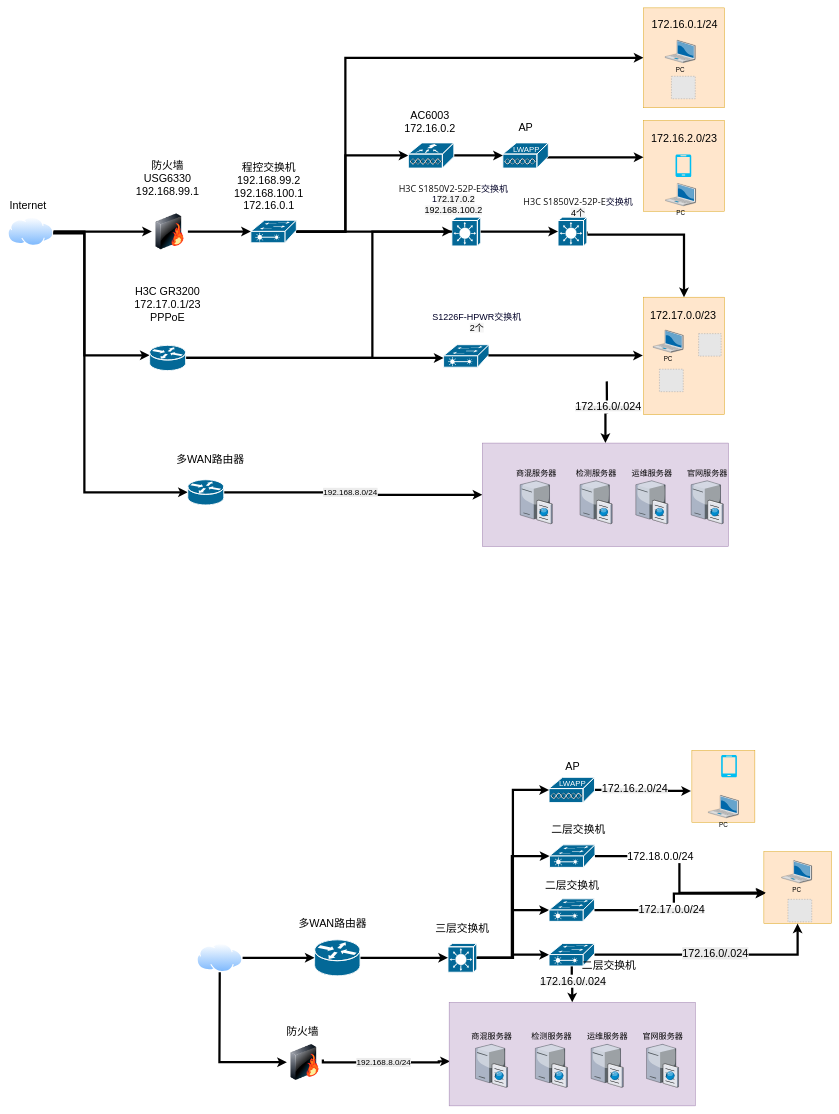
NewStart2019/cardiac-segmentation keeps this draw.io diagram as 未命名绘图.drawio. Above is the earlier version. Source tidied: cells renumbered, new cells numbered last; positions are measured from the earlier drawing's top-left corner, leaving out a move shared by most shapes. Both pictures are drawn from the tidied source at 45%, with x=0, y=0 at pixel (8, 8). Pictures stored in the file or linked from it are replaced by grey dashed boxes.
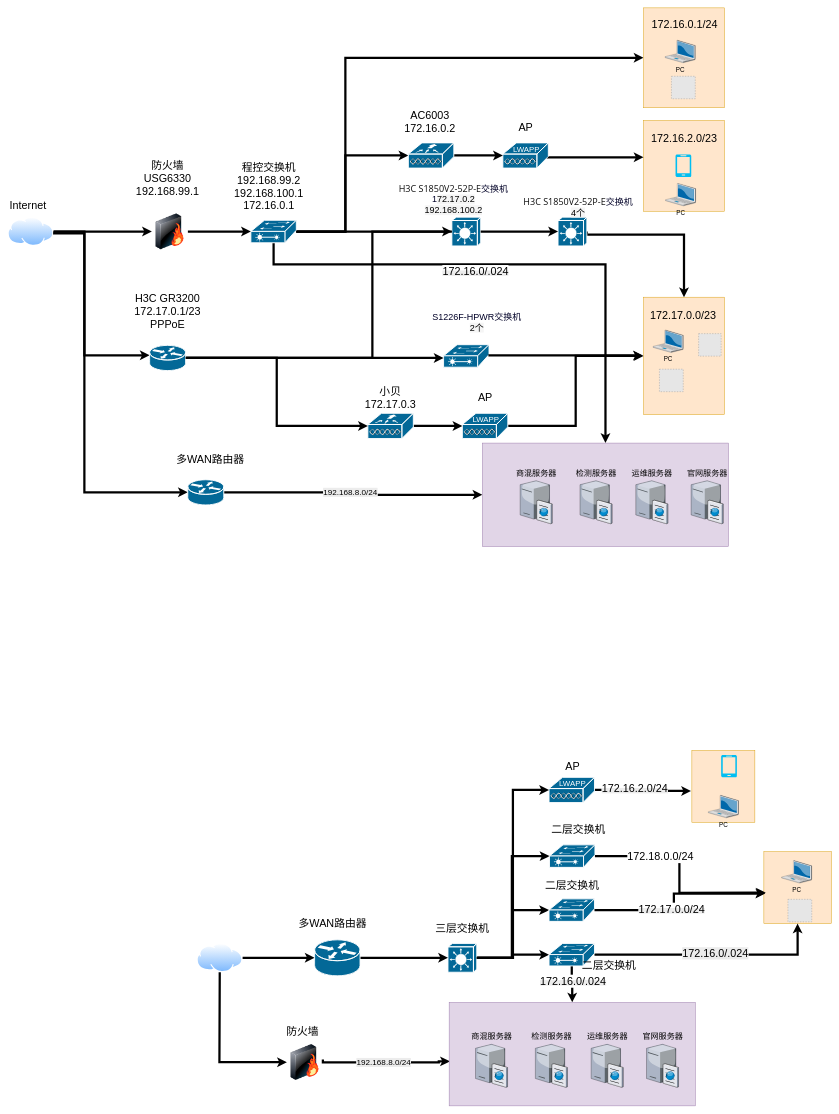
The same page after the edit.

Commit message:
未命名绘图.drawio

The change refers to these unchanged cells:
```xml
<mxCell id="8" style="whiteSpace=wrap;html=1;fillColor=#ffe6cc;strokeColor=#d79b00;" parent="1" vertex="1">
  <mxGeometry x="1412.5" y="642.9" width="180" height="261.2" as="geometry" />
</mxCell>
<mxCell id="23" style="whiteSpace=wrap;html=1;fillColor=#e1d5e7;strokeColor=#9673a6;" parent="1" vertex="1">
  <mxGeometry x="1054.4" y="967.1" width="547" height="230" as="geometry" />
</mxCell>
<mxCell id="81" style="strokeColor=#ffffff;sketch=0;html=1;dashed=0;fillColor=#036897;strokeWidth=2;verticalLabelPosition=bottom;verticalAlign=top;align=center;outlineConnect=0;shape=mxgraph.cisco.routers.router;" parent="1" vertex="1">
  <mxGeometry x="315" y="750" width="80" height="56" as="geometry" />
</mxCell>
<mxCell id="87" style="strokeColor=#ffffff;sketch=0;html=1;dashed=0;fillColor=#036897;strokeWidth=2;verticalLabelPosition=bottom;verticalAlign=top;align=center;outlineConnect=0;shape=mxgraph.cisco.switches.layer_2_remote_switch;" parent="1" vertex="1">
  <mxGeometry x="540" y="472" width="101" height="50" as="geometry" />
</mxCell>
```

Diff of the diagram source:
```diff
@@
-    <mxCell id="12" style="edgeStyle=orthogonalEdgeStyle;rounded=0;jettySize=auto;html=1;strokeWidth=5;" parent="1" edge="1" target="23">
+    <mxCell id="12" style="edgeStyle=orthogonalEdgeStyle;rounded=0;jettySize=auto;html=1;strokeWidth=5;exitX=0.5;exitY=1;exitDx=0;exitDy=0;exitPerimeter=0;" parent="1" edge="1" source="87" target="23">
       <mxGeometry relative="1" as="geometry">
-        <mxPoint x="1330.9" y="830" as="sourcePoint" />
+        <Array as="points">
+          <mxPoint x="590.5" y="570" />
+          <mxPoint x="1328" y="570" />
+        </Array>
       </mxGeometry>
     </mxCell>
     <mxCell id="13" value="&lt;span style=&quot;white-space: normal; background-color: rgb(236, 236, 236);&quot;&gt;&lt;font style=&quot;font-size: 24px;&quot;&gt;172.16.0/.024&lt;/font&gt;&lt;/span&gt;" style="edgeLabel;html=1;align=center;verticalAlign=middle;" parent="12" vertex="1">
-      <mxGeometry x="-0.19" y="2" relative="1" as="geometry" />
+      <mxGeometry x="-0.19" y="2" relative="1" as="geometry">
+        <mxPoint x="17" y="17" as="offset" />
+      </mxGeometry>
     </mxCell>
@@
     <mxCell id="82" value="&lt;font style=&quot;font-size: 24px;&quot;&gt;H3C GR3200&lt;br&gt;172.17.0.1/23&lt;br&gt;PPPoE&lt;/font&gt;" style="text;html=1;whiteSpace=wrap;strokeColor=none;fillColor=none;align=center;verticalAlign=middle;rounded=0;" parent="1" vertex="1">
-      <mxGeometry x="260" y="619" width="190" height="80" as="geometry" />
+      <mxGeometry x="260" y="635.9" width="190" height="80" as="geometry" />
     </mxCell>
@@
+    <mxCell id="104" style="edgeStyle=orthogonalEdgeStyle;rounded=0;jettySize=auto;html=1;entryX=0;entryY=0.5;entryDx=0;entryDy=0;strokeWidth=5;" parent="1" edge="1" source="105" target="8">
+      <mxGeometry relative="1" as="geometry" />
+    </mxCell>
+    <mxCell id="105" style="sketch=0;html=1;dashed=0;fillColor=#036897;strokeColor=#ffffff;strokeWidth=2;verticalLabelPosition=bottom;verticalAlign=top;align=center;outlineConnect=0;shape=mxgraph.cisco.misc.lightweight_ap;" parent="1" vertex="1">
+      <mxGeometry x="1010" y="901" width="101" height="56" as="geometry" />
+    </mxCell>
+    <mxCell id="106" value="&lt;font style=&quot;font-size: 24px;&quot;&gt;AP&lt;/font&gt;" style="text;html=1;whiteSpace=wrap;strokeColor=none;fillColor=none;align=center;verticalAlign=middle;rounded=0;" parent="1" vertex="1">
+      <mxGeometry x="1030.5" y="851" width="60" height="30" as="geometry" />
+    </mxCell>
+    <mxCell id="107" style="edgeStyle=orthogonalEdgeStyle;rounded=0;jettySize=auto;html=1;strokeWidth=5;" parent="1" edge="1" source="108" target="105">
+      <mxGeometry relative="1" as="geometry" />
+    </mxCell>
+    <mxCell id="108" style="strokeColor=#ffffff;sketch=0;html=1;dashed=0;fillColor=#036897;strokeWidth=2;verticalLabelPosition=bottom;verticalAlign=top;align=center;outlineConnect=0;shape=mxgraph.cisco.wireless.wlan_controller;" parent="1" vertex="1">
+      <mxGeometry x="800" y="901" width="101" height="56" as="geometry" />
+    </mxCell>
+    <mxCell id="109" value="&lt;span style=&quot;font-size: 24px;&quot;&gt;小贝&lt;/span&gt;&lt;br&gt;&lt;span style=&quot;font-size: 24px;&quot;&gt;172.17.0.3&lt;/span&gt;" style="text;html=1;whiteSpace=wrap;strokeColor=none;fillColor=none;align=center;verticalAlign=middle;rounded=0;" parent="1" vertex="1">
+      <mxGeometry x="766.4" y="838" width="168.2" height="56" as="geometry" />
+    </mxCell>
+    <mxCell id="110" style="edgeStyle=orthogonalEdgeStyle;rounded=0;jettySize=auto;html=1;entryX=0;entryY=0.5;entryDx=0;entryDy=0;entryPerimeter=0;strokeWidth=5;" parent="1" edge="1" source="81" target="108">
+      <mxGeometry relative="1" as="geometry" />
+    </mxCell>
```
